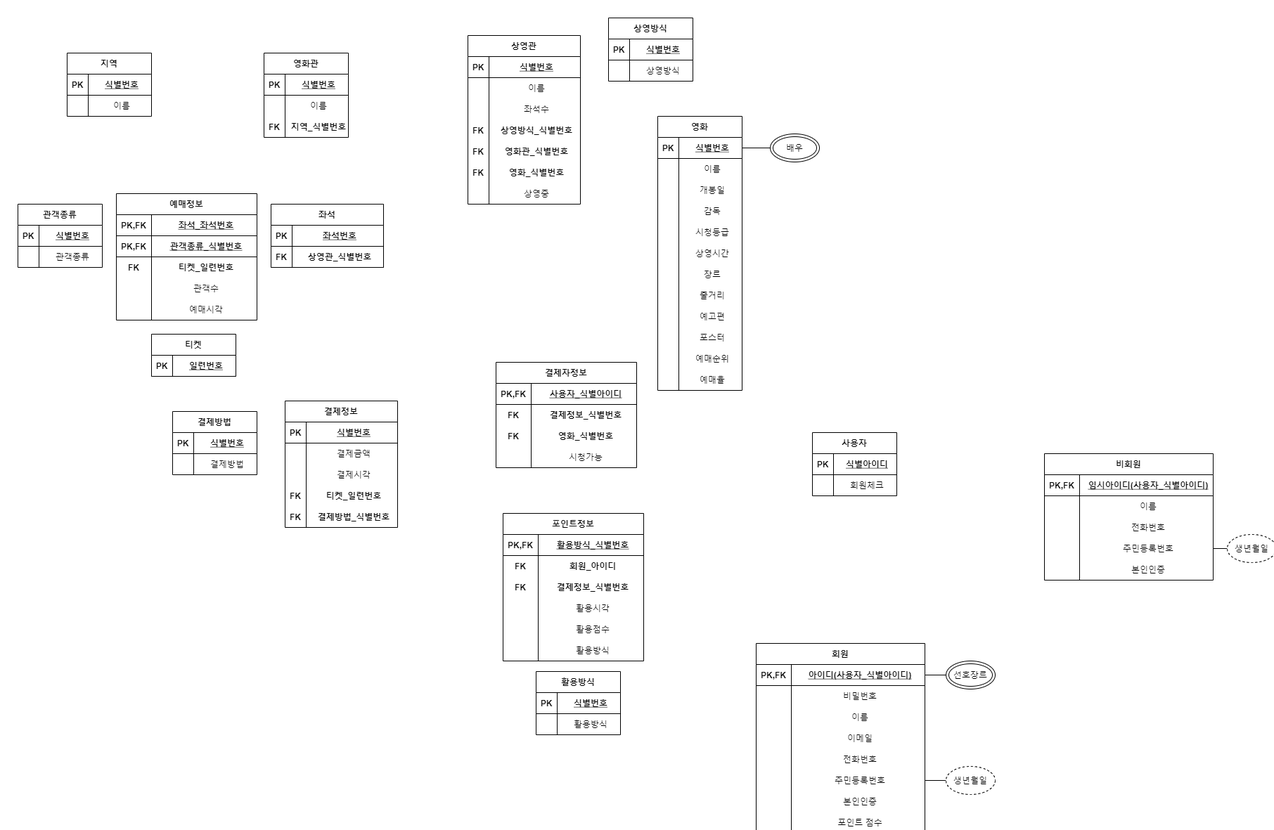
The draw.io diagram img/0513_step06.png in Cinema-System/My-Cinema, before a commit. Source tidied: cells renumbered, new cells last; positions are measured from the earlier drawing's top-left corner, leaving out a move shared by most shapes.
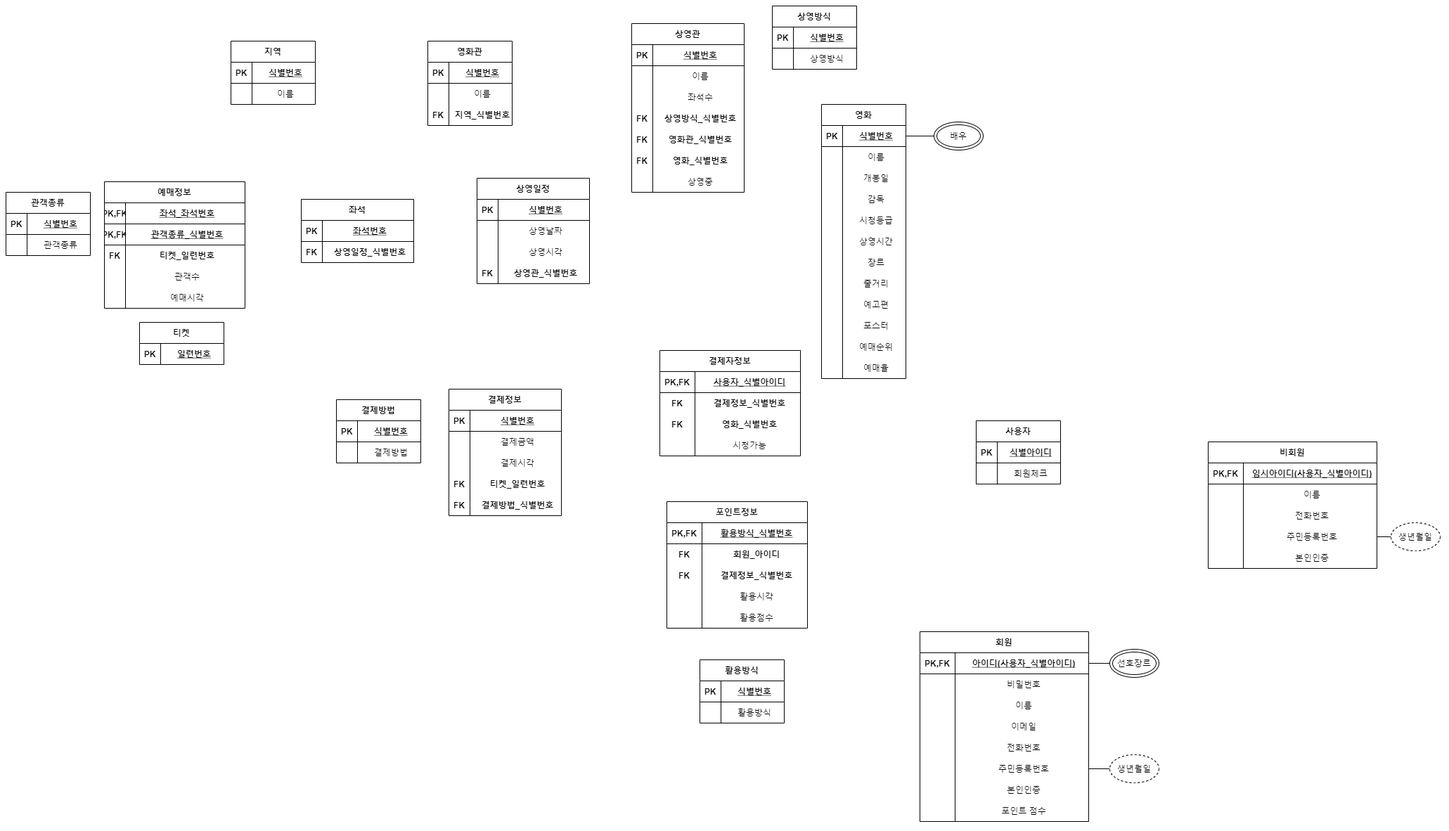
Above is the later version.

Change to the diagram source:
```diff
@@ -140,29 +140,8 @@
     <mxCell id="47" value="상영방식" style="shape=partialRectangle;fillColor=none;top=0;left=0;bottom=0;right=0;align=center;spacingLeft=6;overflow=hidden;" parent="45" vertex="1">
       <mxGeometry x="30" width="90" height="30" as="geometry" />
     </mxCell>
-    <mxCell id="48" value="좌석" style="shape=table;startSize=30;rowLines=0;fontStyle=1;align=center;" parent="1" vertex="1">
-      <mxGeometry x="360" y="265" width="160" height="90" as="geometry" />
-    </mxCell>
-    <mxCell id="49" style="shape=partialRectangle;fillColor=none;top=0;left=0;bottom=1;right=0;align=center;" parent="48" vertex="1">
-      <mxGeometry y="30" width="160" height="30" as="geometry" />
-    </mxCell>
-    <mxCell id="50" value="PK" style="shape=partialRectangle;fillColor=none;top=0;left=0;bottom=0;right=0;fontStyle=1;overflow=hidden;align=center;" parent="49" vertex="1">
-      <mxGeometry width="30" height="30" as="geometry" />
-    </mxCell>
-    <mxCell id="51" value="좌석번호" style="shape=partialRectangle;fillColor=none;top=0;left=0;bottom=0;right=0;align=center;spacingLeft=6;fontStyle=5;overflow=hidden;" parent="49" vertex="1">
-      <mxGeometry x="30" width="130" height="30" as="geometry" />
-    </mxCell>
-    <mxCell id="52" style="shape=partialRectangle;fillColor=none;top=0;left=0;bottom=1;right=0;align=center;" parent="48" vertex="1">
-      <mxGeometry y="60" width="160" height="30" as="geometry" />
-    </mxCell>
-    <mxCell id="53" value="FK" style="shape=partialRectangle;fillColor=none;top=0;left=0;bottom=0;right=0;fontStyle=1;overflow=hidden;align=center;" parent="52" vertex="1">
-      <mxGeometry width="30" height="30" as="geometry" />
-    </mxCell>
-    <mxCell id="54" value="상영관_식별번호" style="shape=partialRectangle;fillColor=none;top=0;left=0;bottom=0;right=0;align=center;spacingLeft=6;fontStyle=1;overflow=hidden;" parent="52" vertex="1">
-      <mxGeometry x="30" width="130" height="30" as="geometry" />
-    </mxCell>
     <mxCell id="55" value="관객종류" style="shape=table;startSize=30;rowLines=0;fontStyle=1;align=center;" parent="1" vertex="1">
-      <mxGeometry y="265" width="120" height="90" as="geometry" />
+      <mxGeometry x="-250" y="265" width="120" height="90" as="geometry" />
     </mxCell>
     <mxCell id="56" style="shape=partialRectangle;fillColor=none;top=0;left=0;bottom=1;right=0;align=center;" parent="55" vertex="1">
       <mxGeometry y="30" width="120" height="30" as="geometry" />
@@ -183,7 +162,7 @@
       <mxGeometry x="30" width="90" height="30" as="geometry" />
     </mxCell>
     <mxCell id="62" value="티켓" style="shape=table;startSize=30;rowLines=0;fontStyle=1;align=center;" parent="1" vertex="1">
-      <mxGeometry x="190" y="450" width="120" height="60" as="geometry" />
+      <mxGeometry x="-60" y="450" width="120" height="60" as="geometry" />
     </mxCell>
     <mxCell id="63" style="shape=partialRectangle;fillColor=none;top=0;left=0;bottom=1;right=0;align=center;" parent="62" vertex="1">
       <mxGeometry y="30" width="120" height="30" as="geometry" />
@@ -333,52 +312,52 @@
       <mxGeometry x="1070" y="165" width="70" height="40" as="geometry" />
     </mxCell>
     <mxCell id="112" value="예매정보" style="shape=table;startSize=30;rowLines=0;fontStyle=1;align=center;" parent="1" vertex="1">
-      <mxGeometry x="140" y="250" width="200" height="180" as="geometry" />
+      <mxGeometry x="-110" y="250" width="200" height="180" as="geometry" />
     </mxCell>
     <mxCell id="113" style="shape=partialRectangle;fillColor=none;top=0;left=0;bottom=1;right=0;align=center;" parent="112" vertex="1">
       <mxGeometry y="30" width="200" height="30" as="geometry" />
     </mxCell>
     <mxCell id="114" value="PK,FK" style="shape=partialRectangle;fillColor=none;top=0;left=0;bottom=0;right=0;fontStyle=1;overflow=hidden;align=center;" parent="113" vertex="1">
-      <mxGeometry width="50" height="30" as="geometry" />
+      <mxGeometry width="30" height="30" as="geometry" />
     </mxCell>
     <mxCell id="115" value="좌석_좌석번호" style="shape=partialRectangle;fillColor=none;top=0;left=0;bottom=0;right=0;align=center;spacingLeft=6;fontStyle=5;overflow=hidden;" parent="113" vertex="1">
-      <mxGeometry x="50" width="150" height="30" as="geometry" />
+      <mxGeometry x="30" width="170" height="30" as="geometry" />
     </mxCell>
     <mxCell id="116" style="shape=partialRectangle;fillColor=none;top=0;left=0;bottom=1;right=0;align=center;" parent="112" vertex="1">
       <mxGeometry y="60" width="200" height="30" as="geometry" />
     </mxCell>
     <mxCell id="117" value="PK,FK" style="shape=partialRectangle;fillColor=none;top=0;left=0;bottom=0;right=0;fontStyle=1;overflow=hidden;align=center;" parent="116" vertex="1">
-      <mxGeometry width="50" height="30" as="geometry" />
+      <mxGeometry width="30" height="30" as="geometry" />
     </mxCell>
     <mxCell id="118" value="관객종류_식별번호" style="shape=partialRectangle;fillColor=none;top=0;left=0;bottom=0;right=0;align=center;spacingLeft=6;fontStyle=5;overflow=hidden;" parent="116" vertex="1">
-      <mxGeometry x="50" width="150" height="30" as="geometry" />
+      <mxGeometry x="30" width="170" height="30" as="geometry" />
     </mxCell>
     <mxCell id="119" style="shape=partialRectangle;fillColor=none;top=0;left=0;bottom=0;right=0;align=center;" parent="112" vertex="1">
       <mxGeometry y="90" width="200" height="30" as="geometry" />
     </mxCell>
     <mxCell id="120" value="FK" style="shape=partialRectangle;fillColor=none;top=0;left=0;bottom=0;right=0;overflow=hidden;align=center;fontStyle=1;" parent="119" vertex="1">
-      <mxGeometry width="50" height="30" as="geometry" />
+      <mxGeometry width="30" height="30" as="geometry" />
     </mxCell>
     <mxCell id="121" value="티켓_일련번호" style="shape=partialRectangle;fillColor=none;top=0;left=0;bottom=0;right=0;align=center;spacingLeft=6;overflow=hidden;fontStyle=1;" parent="119" vertex="1">
-      <mxGeometry x="50" width="150" height="30" as="geometry" />
+      <mxGeometry x="30" width="170" height="30" as="geometry" />
     </mxCell>
     <mxCell id="122" style="shape=partialRectangle;fillColor=none;top=0;left=0;bottom=0;right=0;align=center;" parent="112" vertex="1">
       <mxGeometry y="120" width="200" height="30" as="geometry" />
     </mxCell>
     <mxCell id="123" style="shape=partialRectangle;fillColor=none;top=0;left=0;bottom=0;right=0;overflow=hidden;align=center;" parent="122" vertex="1">
-      <mxGeometry width="50" height="30" as="geometry" />
+      <mxGeometry width="30" height="30" as="geometry" />
     </mxCell>
     <mxCell id="124" value="관객수" style="shape=partialRectangle;fillColor=none;top=0;left=0;bottom=0;right=0;align=center;spacingLeft=6;overflow=hidden;" parent="122" vertex="1">
-      <mxGeometry x="50" width="150" height="30" as="geometry" />
+      <mxGeometry x="30" width="170" height="30" as="geometry" />
     </mxCell>
     <mxCell id="125" style="shape=partialRectangle;fillColor=none;top=0;left=0;bottom=0;right=0;align=center;" parent="112" vertex="1">
       <mxGeometry y="150" width="200" height="30" as="geometry" />
     </mxCell>
     <mxCell id="126" style="shape=partialRectangle;fillColor=none;top=0;left=0;bottom=0;right=0;overflow=hidden;align=center;" parent="125" vertex="1">
-      <mxGeometry width="50" height="30" as="geometry" />
+      <mxGeometry width="30" height="30" as="geometry" />
     </mxCell>
     <mxCell id="127" value="예매시각" style="shape=partialRectangle;fillColor=none;top=0;left=0;bottom=0;right=0;align=center;spacingLeft=6;overflow=hidden;" parent="125" vertex="1">
-      <mxGeometry x="50" width="150" height="30" as="geometry" />
+      <mxGeometry x="30" width="170" height="30" as="geometry" />
     </mxCell>
     <mxCell id="128" value="결제자정보" style="shape=table;startSize=30;rowLines=0;fontStyle=1;align=center;" parent="1" vertex="1">
       <mxGeometry x="680" y="490" width="200" height="150" as="geometry" />
@@ -603,7 +582,7 @@
       <mxGeometry x="30" width="90" height="30" as="geometry" />
     </mxCell>
     <mxCell id="202" value="포인트정보" style="shape=table;startSize=30;rowLines=0;fontStyle=1;align=center;" parent="1" vertex="1">
-      <mxGeometry x="690" y="705" width="200" height="210" as="geometry" />
+      <mxGeometry x="690" y="705" width="200" height="180" as="geometry" />
     </mxCell>
     <mxCell id="203" style="shape=partialRectangle;fillColor=none;top=0;left=0;bottom=1;right=0;align=center;" parent="202" vertex="1">
       <mxGeometry y="30" width="200" height="30" as="geometry" />
@@ -650,15 +629,6 @@
     <mxCell id="217" value="활용점수" style="shape=partialRectangle;fillColor=none;top=0;left=0;bottom=0;right=0;align=center;spacingLeft=6;overflow=hidden;" parent="215" vertex="1">
       <mxGeometry x="50" width="150" height="30" as="geometry" />
     </mxCell>
-    <mxCell id="218" style="shape=partialRectangle;fillColor=none;top=0;left=0;bottom=0;right=0;align=center;" parent="202" vertex="1">
-      <mxGeometry y="180" width="200" height="30" as="geometry" />
-    </mxCell>
-    <mxCell id="219" style="shape=partialRectangle;fillColor=none;top=0;left=0;bottom=0;right=0;overflow=hidden;align=center;" parent="218" vertex="1">
-      <mxGeometry width="50" height="30" as="geometry" />
-    </mxCell>
-    <mxCell id="220" value="활용방식" style="shape=partialRectangle;fillColor=none;top=0;left=0;bottom=0;right=0;align=center;spacingLeft=6;overflow=hidden;" parent="218" vertex="1">
-      <mxGeometry x="50" width="150" height="30" as="geometry" />
-    </mxCell>
     <mxCell id="221" value="결제정보" style="shape=table;startSize=30;rowLines=0;fontStyle=1;align=center;" parent="1" vertex="1">
       <mxGeometry x="380" y="545" width="160" height="180" as="geometry" />
     </mxCell>
@@ -707,5 +677,65 @@
     <mxCell id="236" value="결제방법_식별번호" style="shape=partialRectangle;fillColor=none;top=0;left=0;bottom=0;right=0;align=center;spacingLeft=6;overflow=hidden;fontStyle=1;" parent="234" vertex="1">
       <mxGeometry x="30" width="130" height="30" as="geometry" />
     </mxCell>
+    <mxCell id="48" value="좌석" style="shape=table;startSize=30;rowLines=0;fontStyle=1;align=center;" parent="1" vertex="1">
+      <mxGeometry x="170" y="275" width="160" height="90" as="geometry" />
+    </mxCell>
+    <mxCell id="237" style="shape=partialRectangle;fillColor=none;top=0;left=0;bottom=1;right=0;align=center;" parent="48" vertex="1">
+      <mxGeometry y="30" width="160" height="30" as="geometry" />
+    </mxCell>
+    <mxCell id="238" value="PK" style="shape=partialRectangle;fillColor=none;top=0;left=0;bottom=0;right=0;fontStyle=1;overflow=hidden;align=center;" parent="237" vertex="1">
+      <mxGeometry width="30" height="30" as="geometry" />
+    </mxCell>
+    <mxCell id="51" value="좌석번호" style="shape=partialRectangle;fillColor=none;top=0;left=0;bottom=0;right=0;align=center;spacingLeft=6;fontStyle=5;overflow=hidden;" parent="237" vertex="1">
+      <mxGeometry x="30" width="130" height="30" as="geometry" />
+    </mxCell>
+    <mxCell id="52" style="shape=partialRectangle;fillColor=none;top=0;left=0;bottom=1;right=0;align=center;" parent="48" vertex="1">
+      <mxGeometry y="60" width="160" height="30" as="geometry" />
+    </mxCell>
+    <mxCell id="53" value="FK" style="shape=partialRectangle;fillColor=none;top=0;left=0;bottom=0;right=0;fontStyle=1;overflow=hidden;align=center;" parent="52" vertex="1">
+      <mxGeometry width="30" height="30" as="geometry" />
+    </mxCell>
+    <mxCell id="239" value="상영일정_식별번호" style="shape=partialRectangle;fillColor=none;top=0;left=0;bottom=0;right=0;align=center;spacingLeft=6;fontStyle=1;overflow=hidden;" parent="52" vertex="1">
+      <mxGeometry x="30" width="130" height="30" as="geometry" />
+    </mxCell>
+    <mxCell id="240" value="상영일정" style="shape=table;startSize=30;rowLines=0;fontStyle=1;align=center;" parent="1" vertex="1">
+      <mxGeometry x="420" y="245" width="160" height="150" as="geometry" />
+    </mxCell>
+    <mxCell id="241" style="shape=partialRectangle;fillColor=none;top=0;left=0;bottom=1;right=0;align=center;" parent="240" vertex="1">
+      <mxGeometry y="30" width="160" height="30" as="geometry" />
+    </mxCell>
+    <mxCell id="242" value="PK" style="shape=partialRectangle;fillColor=none;top=0;left=0;bottom=0;right=0;fontStyle=1;overflow=hidden;align=center;" parent="241" vertex="1">
+      <mxGeometry width="30" height="30" as="geometry" />
+    </mxCell>
+    <mxCell id="243" value="식별번호" style="shape=partialRectangle;fillColor=none;top=0;left=0;bottom=0;right=0;align=center;spacingLeft=6;fontStyle=5;overflow=hidden;" parent="241" vertex="1">
+      <mxGeometry x="30" width="130" height="30" as="geometry" />
+    </mxCell>
+    <mxCell id="244" style="shape=partialRectangle;fillColor=none;top=0;left=0;bottom=0;right=0;align=center;" parent="240" vertex="1">
+      <mxGeometry y="60" width="160" height="30" as="geometry" />
+    </mxCell>
+    <mxCell id="245" style="shape=partialRectangle;fillColor=none;top=0;left=0;bottom=0;right=0;overflow=hidden;align=center;" parent="244" vertex="1">
+      <mxGeometry width="30" height="30" as="geometry" />
+    </mxCell>
+    <mxCell id="246" value="상영날짜" style="shape=partialRectangle;fillColor=none;top=0;left=0;bottom=0;right=0;align=center;spacingLeft=6;overflow=hidden;" parent="244" vertex="1">
+      <mxGeometry x="30" width="130" height="30" as="geometry" />
+    </mxCell>
+    <mxCell id="247" style="shape=partialRectangle;fillColor=none;top=0;left=0;bottom=0;right=0;align=center;" parent="240" vertex="1">
+      <mxGeometry y="90" width="160" height="30" as="geometry" />
+    </mxCell>
+    <mxCell id="248" style="shape=partialRectangle;fillColor=none;top=0;left=0;bottom=0;right=0;overflow=hidden;align=center;" parent="247" vertex="1">
+      <mxGeometry width="30" height="30" as="geometry" />
+    </mxCell>
+    <mxCell id="249" value="상영시각" style="shape=partialRectangle;fillColor=none;top=0;left=0;bottom=0;right=0;align=center;spacingLeft=6;overflow=hidden;" parent="247" vertex="1">
+      <mxGeometry x="30" width="130" height="30" as="geometry" />
+    </mxCell>
+    <mxCell id="250" style="shape=partialRectangle;fillColor=none;top=0;left=0;bottom=0;right=0;align=center;" parent="240" vertex="1">
+      <mxGeometry y="120" width="160" height="30" as="geometry" />
+    </mxCell>
+    <mxCell id="251" value="FK" style="shape=partialRectangle;fillColor=none;top=0;left=0;bottom=0;right=0;overflow=hidden;align=center;fontStyle=1;" parent="250" vertex="1">
+      <mxGeometry width="30" height="30" as="geometry" />
+    </mxCell>
+    <mxCell id="54" value="상영관_식별번호" style="shape=partialRectangle;fillColor=none;top=0;left=0;bottom=0;right=0;align=center;spacingLeft=6;overflow=hidden;fontStyle=1;" parent="250" vertex="1">
+      <mxGeometry x="30" width="130" height="30" as="geometry" />
+    </mxCell>
   </root>
 </mxGraphModel>
```
